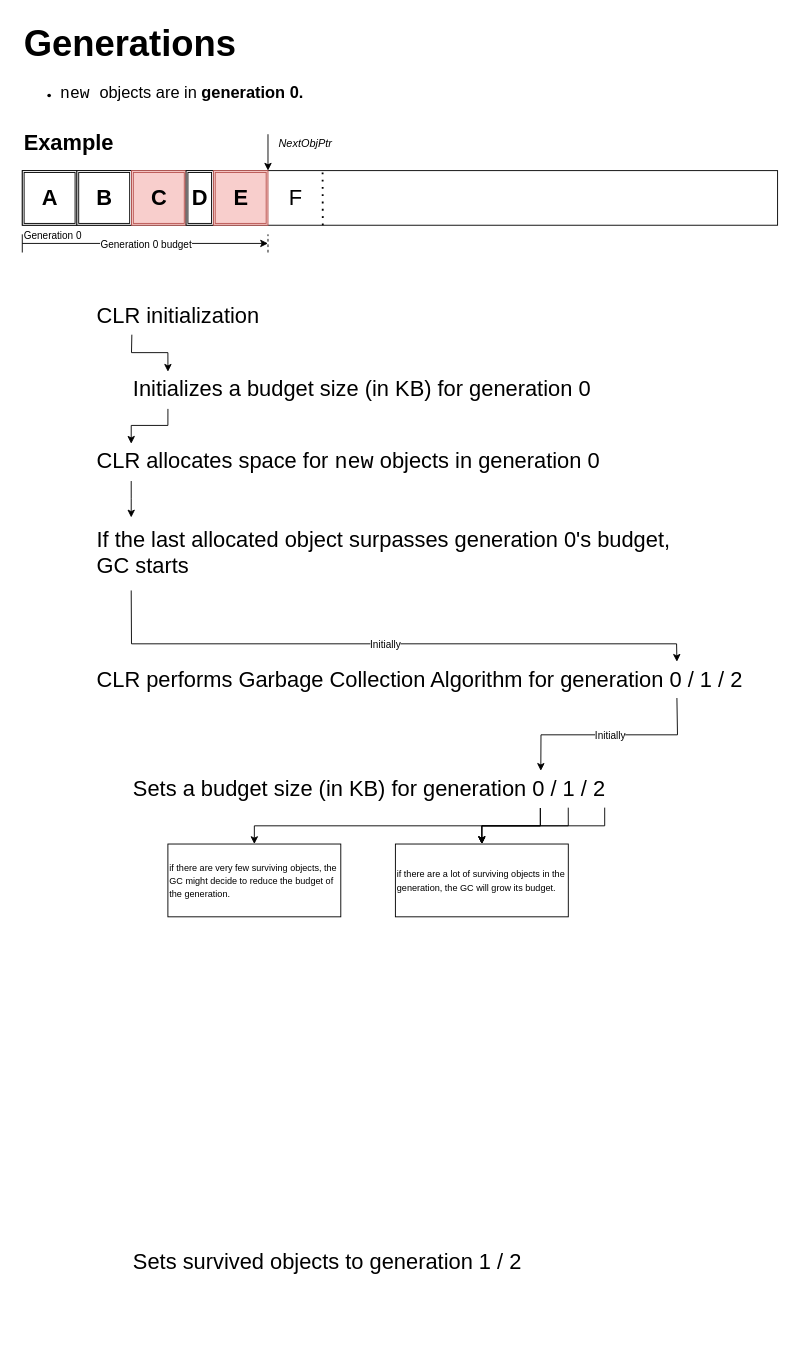
Before: GarbageCollectionBasics/Garbage_Colletor_Generations.drawio in Aren-Step/CSharpBasics, a draw.io diagram. Source tidied: cells renumbered, new cells numbered last; positions are measured from the earlier drawing's top-left corner, leaving out a move shared by most shapes. Both pictures are drawn from the tidied source at 91%, with x=0, y=0 at pixel (22, 15).
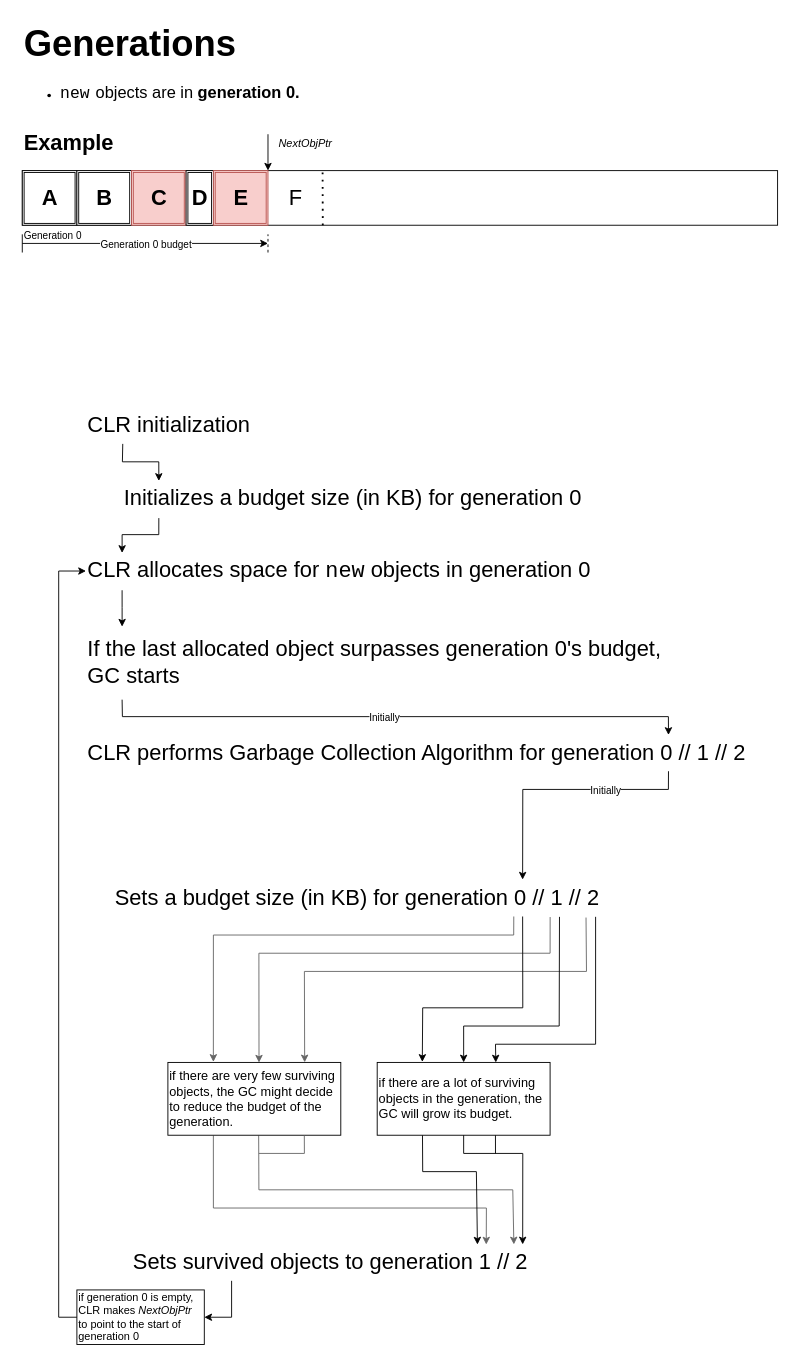
Above is the later version.

The edit, as a diff of the source:
```diff
@@
+    <mxCell id="45" style="endArrow=classic;html=1;rounded=0;exitX=0.263;exitY=1.003;exitDx=0;exitDy=0;exitPerimeter=0;fillColor=#f5f5f5;strokeColor=#666666;entryX=0.886;entryY=0.003;entryDx=0;entryDy=0;entryPerimeter=0;" parent="1" edge="1" source="33" target="31">
+      <mxGeometry relative="1" as="geometry">
+        <Array as="points">
+          <mxPoint x="210" y="1310" />
+          <mxPoint x="510" y="1310" />
+        </Array>
+      </mxGeometry>
+    </mxCell>
+    <mxCell id="46" style="endArrow=classic;html=1;rounded=0;exitX=0.525;exitY=1.004;exitDx=0;exitDy=0;exitPerimeter=0;entryX=0.955;entryY=0;entryDx=0;entryDy=0;entryPerimeter=0;fillColor=#f5f5f5;strokeColor=#666666;" parent="1" edge="1" source="33" target="31">
+      <mxGeometry relative="1" as="geometry">
+        <Array as="points">
+          <mxPoint x="260" y="1290" />
+          <mxPoint x="539" y="1290" />
+        </Array>
+      </mxGeometry>
+    </mxCell>
+    <mxCell id="47" style="endArrow=classic;html=1;rounded=0;entryX=0.791;entryY=-0.001;entryDx=0;entryDy=0;entryPerimeter=0;exitX=0.962;exitY=1.02;exitDx=0;exitDy=0;exitPerimeter=0;fillColor=#f5f5f5;strokeColor=#666666;" parent="1" edge="1" source="27" target="33">
+      <mxGeometry relative="1" as="geometry">
+        <Array as="points">
+          <mxPoint x="620" y="1050" />
+          <mxPoint x="310" y="1050" />
+        </Array>
+      </mxGeometry>
+    </mxCell>
+    <mxCell id="48" style="endArrow=classic;html=1;rounded=0;entryX=0.527;entryY=0.003;entryDx=0;entryDy=0;entryPerimeter=0;exitX=0.889;exitY=1.006;exitDx=0;exitDy=0;exitPerimeter=0;fillColor=#f5f5f5;strokeColor=#666666;" parent="1" edge="1" source="27" target="33">
+      <mxGeometry relative="1" as="geometry">
+        <Array as="points">
+          <mxPoint x="580" y="1030" />
+          <mxPoint x="260" y="1030" />
+        </Array>
+      </mxGeometry>
+    </mxCell>
@@
-    <mxCell id="3" value="&lt;ul&gt;&lt;li&gt;&lt;font style=&quot;font-size: 18px;&quot; face=&quot;Courier New&quot;&gt;new&amp;nbsp;&lt;font face=&quot;Helvetica&quot;&gt;objects are in &lt;b&gt;generation 0.&lt;/b&gt;&lt;/font&gt;&lt;/font&gt;&lt;/li&gt;&lt;/ul&gt;" style="text;strokeColor=none;fillColor=none;html=1;whiteSpace=wrap;verticalAlign=middle;overflow=hidden;" parent="1" vertex="1">
+    <mxCell id="3" value="&lt;ul&gt;&lt;li&gt;&lt;font style=&quot;font-size: 18px;&quot; face=&quot;Courier New&quot;&gt;new&lt;/font&gt;&lt;font face=&quot;Helvetica&quot;&gt;&amp;nbsp; &lt;/font&gt;&lt;font style=&quot;font-size: 18px;&quot; face=&quot;Courier New&quot;&gt;&lt;font face=&quot;Helvetica&quot;&gt;objects are in &lt;b&gt;generation 0.&lt;/b&gt;&lt;/font&gt;&lt;/font&gt;&lt;/li&gt;&lt;/ul&gt;" style="text;strokeColor=none;fillColor=none;html=1;whiteSpace=wrap;verticalAlign=middle;overflow=hidden;" parent="1" vertex="1">
       <mxGeometry y="60" width="360" height="50" as="geometry" />
     </mxCell>
@@
     <mxCell id="25" value="CLR initialization" style="text;strokeColor=none;fillColor=none;html=1;fontSize=24;fontStyle=0;verticalAlign=middle;align=left;" parent="1" vertex="1">
-      <mxGeometry x="80" y="310" width="200" height="40" as="geometry" />
+      <mxGeometry x="70" y="430" width="200" height="40" as="geometry" />
     </mxCell>
-    <mxCell id="26" style="edgeStyle=orthogonalEdgeStyle;rounded=0;jettySize=auto;html=1;entryX=0.5;entryY=0;entryDx=0;entryDy=0;exitX=0.864;exitY=1.011;exitDx=0;exitDy=0;exitPerimeter=0;" parent="1" edge="1" source="27" target="33">
-      <mxGeometry relative="1" as="geometry" />
-    </mxCell>
-    <mxCell id="27" value="Sets a budget size (in KB) for generation 0 / 1 / 2" style="text;strokeColor=none;fillColor=none;html=1;fontSize=24;fontStyle=0;verticalAlign=middle;align=left;" parent="1" vertex="1">
-      <mxGeometry x="120" y="830" width="520" height="40" as="geometry" />
+    <mxCell id="27" value="Sets a budget size (in KB) for generation 0 // 1 // 2" style="text;strokeColor=none;fillColor=none;html=1;fontSize=24;fontStyle=0;verticalAlign=middle;align=left;" parent="1" vertex="1">
+      <mxGeometry x="100" y="950" width="540" height="40" as="geometry" />
     </mxCell>
     <mxCell id="28" value="CLR allocates space for &lt;font face=&quot;Courier New&quot;&gt;new&lt;/font&gt;&lt;font face=&quot;Helvetica&quot;&gt; objects in generation 0&lt;/font&gt;" style="text;strokeColor=none;fillColor=none;html=1;fontSize=24;fontStyle=0;verticalAlign=middle;align=left;" parent="1" vertex="1">
-      <mxGeometry x="80" y="470" width="640" height="40" as="geometry" />
+      <mxGeometry x="70" y="590" width="640" height="40" as="geometry" />
     </mxCell>
     <mxCell id="29" value="&lt;div&gt;If the last allocated object surpasses generation 0's budget,&amp;nbsp;&lt;/div&gt;&lt;div&gt;GC starts&lt;/div&gt;" style="text;strokeColor=none;fillColor=none;html=1;fontSize=24;fontStyle=0;verticalAlign=middle;align=left;" parent="1" vertex="1">
-      <mxGeometry x="80" y="550" width="640" height="80" as="geometry" />
+      <mxGeometry x="70" y="670" width="640" height="80" as="geometry" />
     </mxCell>
-    <mxCell id="30" value="CLR performs Garbage Collection Algorithm for generation 0 / 1 / 2" style="text;strokeColor=none;fillColor=none;html=1;fontSize=24;fontStyle=0;verticalAlign=middle;align=left;" parent="1" vertex="1">
-      <mxGeometry x="80" y="710" width="720" height="40" as="geometry" />
+    <mxCell id="30" value="CLR performs Garbage Collection Algorithm for generation 0 // 1 // 2" style="text;strokeColor=none;fillColor=none;html=1;fontSize=24;fontStyle=0;verticalAlign=middle;align=left;" parent="1" vertex="1">
+      <mxGeometry x="70" y="790" width="740" height="40" as="geometry" />
     </mxCell>
+    <mxCell id="49" style="edgeStyle=orthogonalEdgeStyle;rounded=0;jettySize=auto;html=1;exitX=0.25;exitY=1;exitDx=0;exitDy=0;entryX=1;entryY=0.5;entryDx=0;entryDy=0;" parent="1" edge="1" source="31" target="58">
+      <mxGeometry relative="1" as="geometry" />
+    </mxCell>
-    <mxCell id="31" value="Sets survived objects to generation 1 / 2" style="text;strokeColor=none;fillColor=none;html=1;fontSize=24;fontStyle=0;verticalAlign=middle;align=left;" parent="1" vertex="1">
+    <mxCell id="31" value="Sets survived objects to generation 1 // 2" style="text;strokeColor=none;fillColor=none;html=1;fontSize=24;fontStyle=0;verticalAlign=middle;align=left;" parent="1" vertex="1">
       <mxGeometry x="120" y="1350" width="440" height="40" as="geometry" />
     </mxCell>
     <mxCell id="32" style="endArrow=classic;html=1;rounded=0;exitX=0.202;exitY=1.007;exitDx=0;exitDy=0;entryX=0.077;entryY=0.025;entryDx=0;entryDy=0;exitPerimeter=0;entryPerimeter=0;" parent="1" edge="1" source="25" target="36">
       <mxGeometry relative="1" as="geometry">
         <Array as="points">
-          <mxPoint x="120" y="370" />
-          <mxPoint x="160" y="370" />
+          <mxPoint x="110" y="490" />
+          <mxPoint x="150" y="490" />
         </Array>
       </mxGeometry>
     </mxCell>
-    <mxCell id="33" value="&lt;div&gt;&lt;font size=&quot;1&quot;&gt;if there are very few surviving objects, the GC might decide to reduce the budget of the generation.&lt;/font&gt;&lt;/div&gt;" style="whiteSpace=wrap;html=1;verticalAlign=middle;align=left;" parent="1" vertex="1">
-      <mxGeometry x="160" y="910" width="190" height="80" as="geometry" />
+    <mxCell id="33" value="&lt;div&gt;&lt;font&gt;if there are very few surviving objects, the GC might decide to reduce the budget of the generation.&lt;/font&gt;&lt;/div&gt;" style="whiteSpace=wrap;html=1;verticalAlign=middle;align=left;fontSize=14;" parent="1" vertex="1">
+      <mxGeometry x="160" y="1150" width="190" height="80" as="geometry" />
     </mxCell>
-    <mxCell id="34" value="&lt;div&gt;&lt;font size=&quot;1&quot;&gt;if there are a lot of surviving objects in the generation, the GC will grow its budget.&lt;/font&gt;&lt;/div&gt;" style="whiteSpace=wrap;html=1;verticalAlign=middle;align=left;" parent="1" vertex="1">
-      <mxGeometry x="410" y="910" width="190" height="80" as="geometry" />
+    <mxCell id="34" value="&lt;div&gt;&lt;font&gt;if there are a lot of surviving objects in the generation, the GC will grow its budget.&lt;/font&gt;&lt;/div&gt;" style="whiteSpace=wrap;html=1;verticalAlign=middle;align=left;fontSize=14;" parent="1" vertex="1">
+      <mxGeometry x="390" y="1150" width="190" height="80" as="geometry" />
     </mxCell>
@@
     <mxCell id="36" value="Initializes a budget size (in KB) for generation 0" style="text;strokeColor=none;fillColor=none;html=1;fontSize=24;fontStyle=0;verticalAlign=middle;align=left;" parent="1" vertex="1">
-      <mxGeometry x="120" y="390" width="520" height="40" as="geometry" />
+      <mxGeometry x="110" y="510" width="520" height="40" as="geometry" />
     </mxCell>
@@
-    <mxCell id="38" style="endArrow=classic;html=1;rounded=0;exitX=0.062;exitY=1.017;exitDx=0;exitDy=0;exitPerimeter=0;entryX=0.888;entryY=-0.008;entryDx=0;entryDy=0;entryPerimeter=0;" parent="1" edge="1" source="29" target="30">
+    <mxCell id="38" style="endArrow=classic;html=1;rounded=0;exitX=0.062;exitY=1.017;exitDx=0;exitDy=0;exitPerimeter=0;entryX=0.865;entryY=0.004;entryDx=0;entryDy=0;entryPerimeter=0;" parent="1" edge="1" source="29" target="30">
       <mxGeometry relative="1" as="geometry">
         <Array as="points">
-          <mxPoint x="120" y="690" />
-          <mxPoint x="719" y="690" />
+          <mxPoint x="110" y="770" />
+          <mxPoint x="710" y="770" />
         </Array>
       </mxGeometry>
     </mxCell>
@@
-    <mxCell id="40" style="endArrow=classic;html=1;rounded=0;exitX=0.888;exitY=0.989;exitDx=0;exitDy=0;exitPerimeter=0;entryX=0.865;entryY=-0.011;entryDx=0;entryDy=0;entryPerimeter=0;" parent="1" edge="1" source="30" target="27">
+    <mxCell id="40" style="endArrow=classic;html=1;rounded=0;exitX=0.865;exitY=1;exitDx=0;exitDy=0;exitPerimeter=0;entryX=0.833;entryY=-0.022;entryDx=0;entryDy=0;entryPerimeter=0;" parent="1" edge="1" source="30" target="27">
       <mxGeometry relative="1" as="geometry">
         <Array as="points">
-          <mxPoint x="720" y="790" />
-          <mxPoint x="570" y="790" />
+          <mxPoint x="710" y="850" />
+          <mxPoint x="550" y="850" />
         </Array>
       </mxGeometry>
     </mxCell>
     <mxCell id="41" value="Initially" style="edgeLabel;html=1;align=center;verticalAlign=middle;" parent="40" vertex="1">
-      <mxGeometry relative="1" as="geometry" />
+      <mxGeometry relative="1" as="geometry">
+        <mxPoint x="50" as="offset" />
+      </mxGeometry>
     </mxCell>
-    <mxCell id="42" style="edgeStyle=orthogonalEdgeStyle;rounded=0;jettySize=auto;html=1;entryX=0.5;entryY=0;entryDx=0;entryDy=0;exitX=0.864;exitY=1.011;exitDx=0;exitDy=0;exitPerimeter=0;" parent="1" edge="1" source="27" target="34">
-      <mxGeometry relative="1" as="geometry" />
-    </mxCell>
-    <mxCell id="43" style="edgeStyle=orthogonalEdgeStyle;rounded=0;jettySize=auto;html=1;entryX=0.5;entryY=0;entryDx=0;entryDy=0;exitX=0.923;exitY=1.001;exitDx=0;exitDy=0;exitPerimeter=0;" parent="1" edge="1" source="27" target="34">
-      <mxGeometry relative="1" as="geometry" />
-    </mxCell>
-    <mxCell id="44" style="edgeStyle=orthogonalEdgeStyle;rounded=0;jettySize=auto;html=1;entryX=0.5;entryY=0;entryDx=0;entryDy=0;exitX=1;exitY=1;exitDx=0;exitDy=0;" parent="1" edge="1" source="27" target="34">
-      <mxGeometry relative="1" as="geometry" />
-    </mxCell>
+    <mxCell id="50" style="endArrow=classic;html=1;rounded=0;entryX=0.261;entryY=-0.007;entryDx=0;entryDy=0;entryPerimeter=0;exitX=0.833;exitY=0.991;exitDx=0;exitDy=0;exitPerimeter=0;" parent="1" edge="1" source="27" target="34">
+      <mxGeometry relative="1" as="geometry">
+        <Array as="points">
+          <mxPoint x="550" y="1090" />
+          <mxPoint x="440" y="1090" />
+        </Array>
+      </mxGeometry>
+    </mxCell>
+    <mxCell id="51" style="endArrow=classic;html=1;rounded=0;entryX=0.5;entryY=0;entryDx=0;entryDy=0;exitX=0.908;exitY=1.001;exitDx=0;exitDy=0;exitPerimeter=0;" parent="1" edge="1" source="27" target="34">
+      <mxGeometry relative="1" as="geometry">
+        <Array as="points">
+          <mxPoint x="590" y="1110" />
+          <mxPoint x="485" y="1110" />
+        </Array>
+      </mxGeometry>
+    </mxCell>
+    <mxCell id="52" style="endArrow=classic;html=1;rounded=0;entryX=0.686;entryY=0.001;entryDx=0;entryDy=0;entryPerimeter=0;" parent="1" edge="1" target="34">
+      <mxGeometry relative="1" as="geometry">
+        <mxPoint x="630" y="990" as="sourcePoint" />
+        <Array as="points">
+          <mxPoint x="630" y="1130" />
+          <mxPoint x="520" y="1130" />
+        </Array>
+      </mxGeometry>
+    </mxCell>
+    <mxCell id="53" style="endArrow=classic;html=1;rounded=0;entryX=0.263;entryY=-0.007;entryDx=0;entryDy=0;entryPerimeter=0;exitX=0.815;exitY=0.991;exitDx=0;exitDy=0;exitPerimeter=0;fillColor=#f5f5f5;strokeColor=#666666;" parent="1" edge="1" source="27" target="33">
+      <mxGeometry relative="1" as="geometry">
+        <Array as="points">
+          <mxPoint x="540" y="1010" />
+          <mxPoint x="210" y="1010" />
+        </Array>
+      </mxGeometry>
+    </mxCell>
+    <mxCell id="54" style="endArrow=none;html=1;rounded=0;entryX=0.789;entryY=1.005;entryDx=0;entryDy=0;entryPerimeter=0;fillColor=#f5f5f5;strokeColor=#666666;" parent="1" edge="1" target="33">
+      <mxGeometry relative="1" as="geometry">
+        <mxPoint x="260" y="1250" as="sourcePoint" />
+        <Array as="points">
+          <mxPoint x="310" y="1250" />
+        </Array>
+      </mxGeometry>
+    </mxCell>
+    <mxCell id="55" style="endArrow=classic;html=1;rounded=0;exitX=0.5;exitY=1;exitDx=0;exitDy=0;entryX=0.977;entryY=0;entryDx=0;entryDy=0;entryPerimeter=0;" parent="1" edge="1" source="34" target="31">
+      <mxGeometry relative="1" as="geometry">
+        <Array as="points">
+          <mxPoint x="485" y="1250" />
+          <mxPoint x="550" y="1250" />
+        </Array>
+      </mxGeometry>
+    </mxCell>
+    <mxCell id="56" style="endArrow=none;html=1;rounded=0;entryX=0.684;entryY=1.001;entryDx=0;entryDy=0;entryPerimeter=0;" parent="1" edge="1" target="34">
+      <mxGeometry relative="1" as="geometry">
+        <mxPoint x="520" y="1250" as="sourcePoint" />
+      </mxGeometry>
+    </mxCell>
+    <mxCell id="57" style="endArrow=classic;html=1;rounded=0;exitX=0.262;exitY=1.002;exitDx=0;exitDy=0;exitPerimeter=0;entryX=0.864;entryY=0.004;entryDx=0;entryDy=0;entryPerimeter=0;" parent="1" edge="1" source="34" target="31">
+      <mxGeometry relative="1" as="geometry">
+        <Array as="points">
+          <mxPoint x="440" y="1270" />
+          <mxPoint x="499" y="1270" />
+        </Array>
+      </mxGeometry>
+    </mxCell>
+    <mxCell id="58" value="if generation 0 is empty, CLR makes &lt;i&gt;NextObjPtr &lt;/i&gt;to point to the start of generation 0" style="rounded=0;whiteSpace=wrap;html=1;align=left;" parent="1" vertex="1">
+      <mxGeometry x="60" y="1400" width="140" height="60" as="geometry" />
+    </mxCell>
+    <mxCell id="59" style="endArrow=classic;html=1;rounded=0;entryX=0;entryY=0.5;entryDx=0;entryDy=0;exitX=0;exitY=0.5;exitDx=0;exitDy=0;" parent="1" edge="1" source="58" target="28">
+      <mxGeometry relative="1" as="geometry">
+        <Array as="points">
+          <mxPoint x="40" y="1430" />
+          <mxPoint x="40" y="610" />
+        </Array>
+      </mxGeometry>
+    </mxCell>
```
